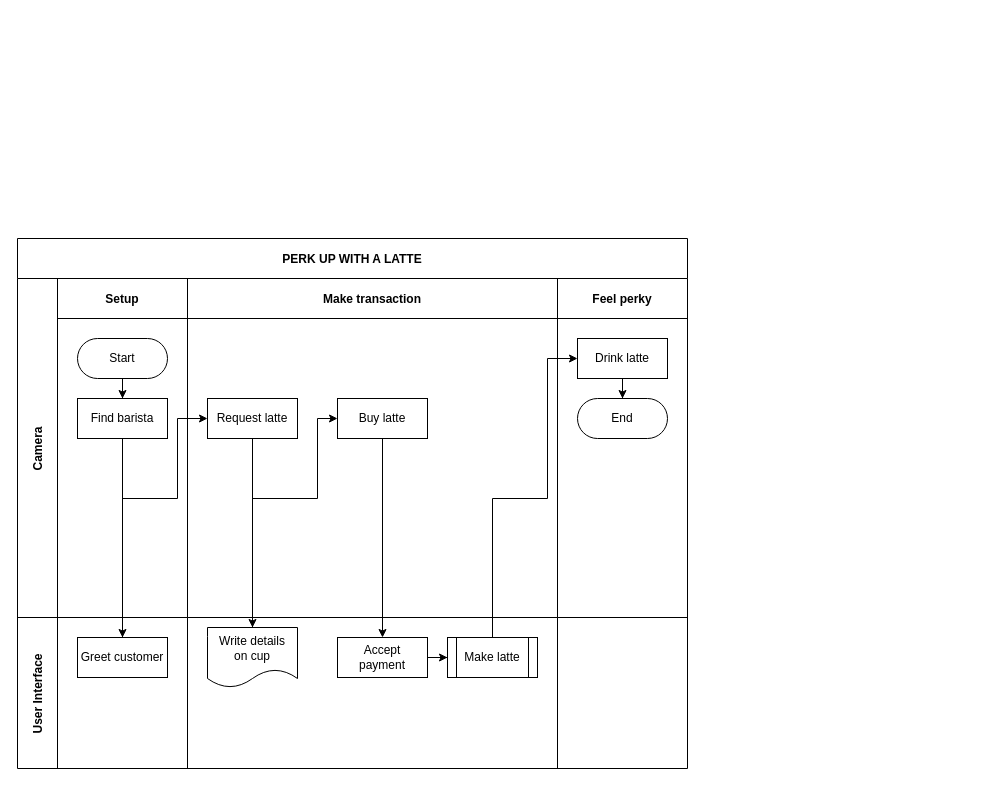
The draw.io diagram Untitled Diagram.drawio in linearproblem/FYP, before the edit. Source tidied: cells renumbered, new cells numbered last; positions are measured from the earlier drawing's top-left corner, leaving out a move shared by most shapes. Both pictures are drawn from the tidied source at 100%, with x=0, y=0 at pixel (17, 238).
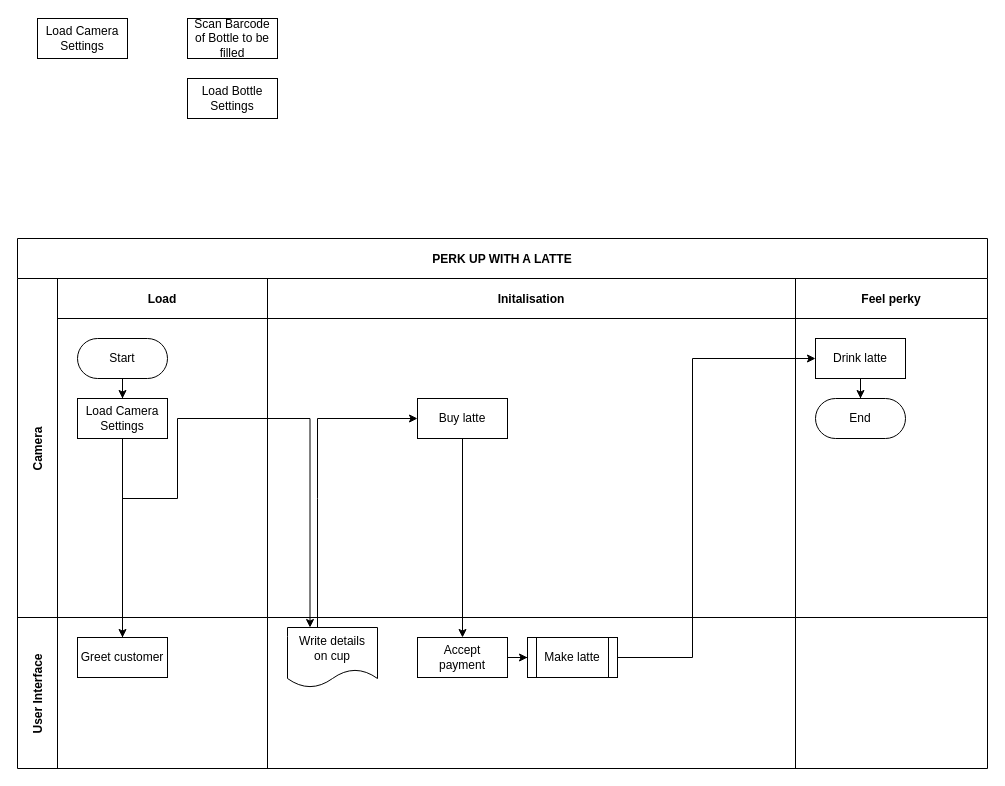
After the change.

Unchanged cells that the change refers to:
```xml
<mxCell id="14" value="Drink latte" style="rounded=0;whiteSpace=wrap;html=1;" parent="12" vertex="1">
  <mxGeometry x="20" y="60" width="90" height="40" as="geometry" />
</mxCell>
<mxCell id="18" value="Greet customer" style="rounded=0;whiteSpace=wrap;html=1;" parent="17" vertex="1">
  <mxGeometry x="20" y="20" width="90" height="40" as="geometry" />
</mxCell>
<mxCell id="22" value="Write details&lt;br&gt;on cup" style="shape=document;whiteSpace=wrap;html=1;boundedLbl=1;" parent="19" vertex="1">
  <mxGeometry x="20" y="10" width="90" height="60" as="geometry" />
</mxCell>
<mxCell id="23" value="Make latte" style="shape=process;whiteSpace=wrap;html=1;backgroundOutline=1;" parent="19" vertex="1">
  <mxGeometry x="260" y="20" width="90" height="40" as="geometry" />
</mxCell>
```

Diff of the diagram source:
```diff
@@
     <mxCell id="2" value="PERK UP WITH A LATTE" style="shape=table;childLayout=tableLayout;startSize=40;fillColor=none;fontStyle=1;" parent="1" vertex="1">
-      <mxGeometry width="670" height="530" as="geometry" />
+      <mxGeometry width="970" height="530" as="geometry" />
     </mxCell>
@@
     <mxCell id="4" value="Camera" style="shape=tableRow;horizontal=0;swimlaneHead=0;swimlaneBody=0;top=0;left=0;bottom=0;right=0;fillColor=none;startSize=40;fontStyle=1;" parent="2" vertex="1">
-      <mxGeometry y="40" width="670" height="339" as="geometry" />
+      <mxGeometry y="40" width="970" height="339" as="geometry" />
     </mxCell>
-    <mxCell id="5" value="Setup" style="swimlane;swimlaneHead=0;swimlaneBody=0;fillColor=none;startSize=40;fontStyle=1;" parent="4" vertex="1">
-      <mxGeometry x="40" width="130" height="339" as="geometry" />
+    <mxCell id="5" value="Load" style="swimlane;swimlaneHead=0;swimlaneBody=0;fillColor=none;startSize=40;fontStyle=1;" parent="4" vertex="1">
+      <mxGeometry x="40" width="210" height="339" as="geometry" />
     </mxCell>
@@
-    <mxCell id="8" value="Find barista" style="rounded=0;whiteSpace=wrap;html=1;" parent="5" vertex="1">
+    <mxCell id="8" value="Load Camera Settings" style="rounded=0;whiteSpace=wrap;html=1;" parent="5" vertex="1">
       <mxGeometry x="20" y="120" width="90" height="40" as="geometry" />
     </mxCell>
-    <mxCell id="9" value="Make transaction" style="swimlane;swimlaneHead=0;swimlaneBody=0;fillColor=none;startSize=40;fontStyle=1;" parent="4" vertex="1">
-      <mxGeometry x="170" width="370" height="339" as="geometry" />
+    <mxCell id="9" value="Initalisation" style="swimlane;swimlaneHead=0;swimlaneBody=0;fillColor=none;startSize=40;fontStyle=1;" parent="4" vertex="1">
+      <mxGeometry x="250" width="528" height="339" as="geometry" />
     </mxCell>
-    <mxCell id="10" value="Request latte" style="rounded=0;whiteSpace=wrap;html=1;" parent="9" vertex="1">
-      <mxGeometry x="20" y="120" width="90" height="40" as="geometry" />
-    </mxCell>
@@
     <mxCell id="12" value="Feel perky" style="swimlane;swimlaneHead=0;swimlaneBody=0;fillColor=none;startSize=40;fontStyle=1;" parent="4" vertex="1">
-      <mxGeometry x="540" width="130" height="339" as="geometry" />
+      <mxGeometry x="778" width="192" height="339" as="geometry" />
     </mxCell>
@@
     <mxCell id="16" value="User Interface" style="shape=tableRow;horizontal=0;swimlaneHead=0;swimlaneBody=0;top=0;left=0;bottom=0;right=0;fillColor=none;startSize=40;fontStyle=1;" parent="2" vertex="1">
-      <mxGeometry y="379" width="670" height="151" as="geometry" />
+      <mxGeometry y="379" width="970" height="151" as="geometry" />
     </mxCell>
     <mxCell id="17" style="swimlane;swimlaneHead=0;swimlaneBody=0;fillColor=none;startSize=0;fontStyle=1;" parent="16" vertex="1">
-      <mxGeometry x="40" width="130" height="151" as="geometry" />
+      <mxGeometry x="40" width="210" height="151" as="geometry" />
     </mxCell>
@@
     <mxCell id="19" style="swimlane;swimlaneHead=0;swimlaneBody=0;fillColor=none;startSize=0;fontStyle=1;" parent="16" vertex="1">
-      <mxGeometry x="170" width="370" height="151" as="geometry" />
+      <mxGeometry x="250" width="528" height="151" as="geometry" />
     </mxCell>
@@
     <mxCell id="24" style="swimlane;swimlaneHead=0;swimlaneBody=0;fillColor=none;startSize=0;fontStyle=1;" parent="16" vertex="1">
-      <mxGeometry x="540" width="130" height="151" as="geometry" />
+      <mxGeometry x="778" width="192" height="151" as="geometry" />
     </mxCell>
-    <mxCell id="25" style="edgeStyle=orthogonalEdgeStyle;rounded=0;jettySize=auto;html=1;" parent="2" edge="1" source="18" target="10">
+    <mxCell id="25" style="edgeStyle=orthogonalEdgeStyle;rounded=0;jettySize=auto;html=1;entryX=0.25;entryY=0;entryDx=0;entryDy=0;" parent="16" edge="1" source="18" target="22">
       <mxGeometry relative="1" as="geometry">
         <Array as="points">
-          <mxPoint x="160" y="260" />
-          <mxPoint x="160" y="180" />
+          <mxPoint x="105" y="-119" />
+          <mxPoint x="160" y="-119" />
+          <mxPoint x="160" y="-199" />
+          <mxPoint x="293" y="-199" />
         </Array>
       </mxGeometry>
     </mxCell>
-    <mxCell id="26" style="edgeStyle=orthogonalEdgeStyle;rounded=0;jettySize=auto;html=1;" parent="2" edge="1" source="10" target="22">
-      <mxGeometry relative="1" as="geometry" />
-    </mxCell>
@@
     <mxCell id="29" style="edgeStyle=orthogonalEdgeStyle;rounded=0;jettySize=auto;html=1;" parent="2" edge="1" source="23" target="14">
       <mxGeometry relative="1" as="geometry">
         <Array as="points">
-          <mxPoint x="530" y="260" />
-          <mxPoint x="530" y="120" />
+          <mxPoint x="675" y="120" />
         </Array>
       </mxGeometry>
     </mxCell>
+    <mxCell id="10" value="Scan Barcode of Bottle to be filled" style="rounded=0;whiteSpace=wrap;html=1;" parent="1" vertex="1">
+      <mxGeometry x="170" y="-220" width="90" height="40" as="geometry" />
+    </mxCell>
+    <mxCell id="30" value="Load Bottle Settings" style="rounded=0;whiteSpace=wrap;html=1;" parent="1" vertex="1">
+      <mxGeometry x="170" y="-160" width="90" height="40" as="geometry" />
+    </mxCell>
+    <mxCell id="31" value="Load Camera Settings" style="rounded=0;whiteSpace=wrap;html=1;" parent="1" vertex="1">
+      <mxGeometry x="20" y="-220" width="90" height="40" as="geometry" />
+    </mxCell>
```
